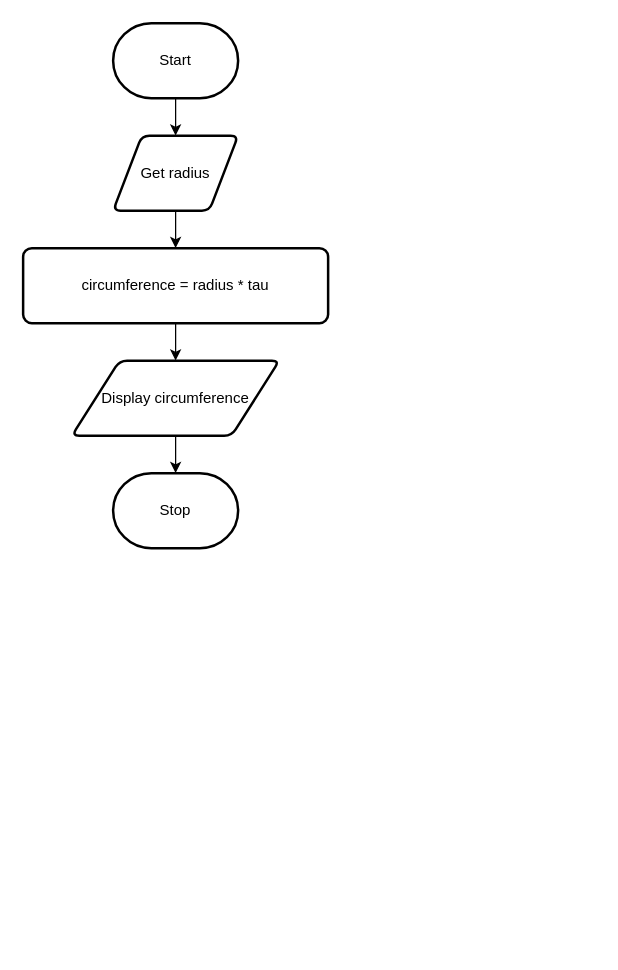
This is page "Flowchart" (2 of 2) of design.drawio from Samuel-Webster-178/ICS3U-Unit3-Unit3-05-Python, a draw.io file, before an edit. Source tidied: cells renumbered, new cells numbered last; positions are measured from the earlier drawing's top-left corner, leaving out a move shared by most shapes. Both pictures are drawn from the tidied source at 125%, with x=0, y=0 at pixel (22, 22).
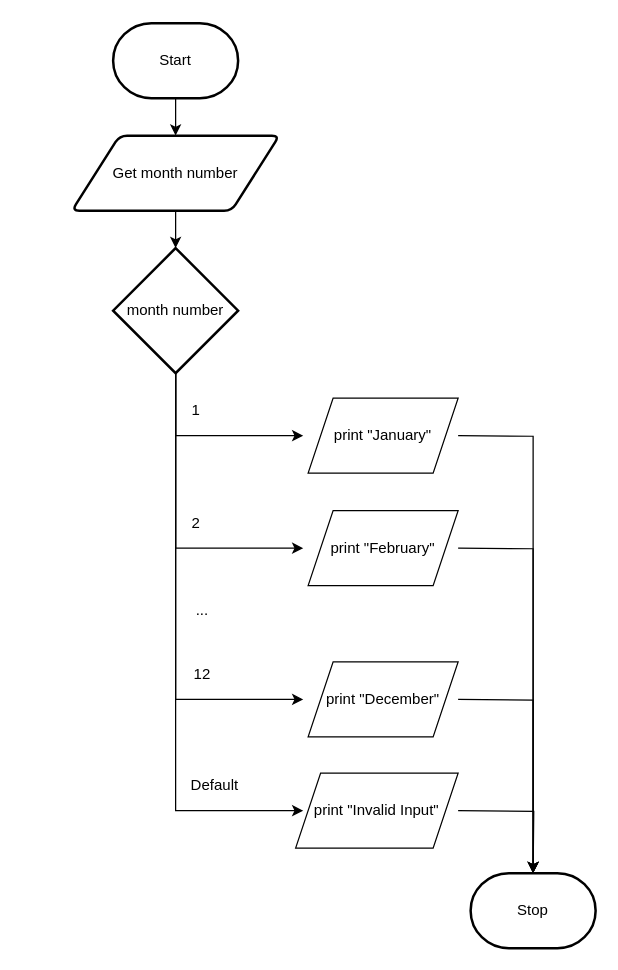
After the change.

The edit, as a diff of the source:
```diff
@@
-    <mxCell id="4" style="edgeStyle=none;html=1;" parent="1" edge="1" source="5" target="7">
-      <mxGeometry relative="1" as="geometry" />
-    </mxCell>
+    <mxCell id="11" style="edgeStyle=none;html=1;" parent="1" edge="1" source="5" target="16">
+      <mxGeometry relative="1" as="geometry" />
+    </mxCell>
-    <mxCell id="5" value="Get radius" style="shape=parallelogram;html=1;strokeWidth=2;perimeter=parallelogramPerimeter;whiteSpace=wrap;rounded=1;arcSize=12;size=0.23;" parent="1" vertex="1">
-      <mxGeometry x="72" y="90" width="100" height="60" as="geometry" />
+    <mxCell id="5" value="Get month number" style="shape=parallelogram;html=1;strokeWidth=2;perimeter=parallelogramPerimeter;whiteSpace=wrap;rounded=1;arcSize=12;size=0.23;" parent="1" vertex="1">
+      <mxGeometry x="39" y="90" width="166" height="60" as="geometry" />
     </mxCell>
-    <mxCell id="6" style="edgeStyle=none;html=1;" parent="1" edge="1" source="7" target="9">
-      <mxGeometry relative="1" as="geometry" />
-    </mxCell>
-    <mxCell id="7" value="circumference = radius * tau" style="rounded=1;whiteSpace=wrap;html=1;absoluteArcSize=1;arcSize=14;strokeWidth=2;" parent="1" vertex="1">
-      <mxGeometry y="180" width="244" height="60" as="geometry" />
-    </mxCell>
-    <mxCell id="8" style="edgeStyle=none;html=1;" parent="1" edge="1" source="9" target="10">
-      <mxGeometry relative="1" as="geometry" />
-    </mxCell>
-    <mxCell id="9" value="Display circumference" style="shape=parallelogram;html=1;strokeWidth=2;perimeter=parallelogramPerimeter;whiteSpace=wrap;rounded=1;arcSize=12;size=0.23;" parent="1" vertex="1">
-      <mxGeometry x="39" y="270" width="166" height="60" as="geometry" />
-    </mxCell>
+    <mxCell id="12" style="edgeStyle=orthogonalEdgeStyle;html=1;entryX=0;entryY=0.5;entryDx=0;entryDy=0;rounded=0;" parent="1" edge="1" source="16">
+      <mxGeometry relative="1" as="geometry">
+        <mxPoint x="224.1" y="330" as="targetPoint" />
+        <Array as="points">
+          <mxPoint x="122" y="330" />
+        </Array>
+      </mxGeometry>
+    </mxCell>
+    <mxCell id="13" style="edgeStyle=orthogonalEdgeStyle;rounded=0;html=1;entryX=0;entryY=0.5;entryDx=0;entryDy=0;" parent="1" edge="1" source="16">
+      <mxGeometry relative="1" as="geometry">
+        <mxPoint x="224.1" y="420" as="targetPoint" />
+        <Array as="points">
+          <mxPoint x="122" y="420" />
+        </Array>
+      </mxGeometry>
+    </mxCell>
+    <mxCell id="14" style="edgeStyle=orthogonalEdgeStyle;rounded=0;html=1;entryX=0;entryY=0.5;entryDx=0;entryDy=0;" parent="1" edge="1" source="16">
+      <mxGeometry relative="1" as="geometry">
+        <mxPoint x="224.1" y="541" as="targetPoint" />
+        <Array as="points">
+          <mxPoint x="122" y="541" />
+        </Array>
+      </mxGeometry>
+    </mxCell>
+    <mxCell id="15" style="edgeStyle=orthogonalEdgeStyle;rounded=0;html=1;entryX=0;entryY=0.5;entryDx=0;entryDy=0;" parent="1" edge="1" source="16">
+      <mxGeometry relative="1" as="geometry">
+        <mxPoint x="224.1" y="630" as="targetPoint" />
+        <Array as="points">
+          <mxPoint x="122" y="630" />
+        </Array>
+      </mxGeometry>
+    </mxCell>
+    <mxCell id="16" value="month number" style="strokeWidth=2;html=1;shape=mxgraph.flowchart.decision;whiteSpace=wrap;" parent="1" vertex="1">
+      <mxGeometry x="72" y="180" width="100" height="100" as="geometry" />
+    </mxCell>
+    <mxCell id="17" value="1" style="text;html=1;align=center;verticalAlign=middle;strokeColor=none;fillColor=none;" parent="1" vertex="1">
+      <mxGeometry x="128" y="300" width="20" height="20" as="geometry" />
+    </mxCell>
+    <mxCell id="18" value="2" style="text;html=1;align=center;verticalAlign=middle;strokeColor=none;fillColor=none;" parent="1" vertex="1">
+      <mxGeometry x="128" y="390" width="20" height="20" as="geometry" />
+    </mxCell>
+    <mxCell id="19" value="12" style="text;html=1;align=center;verticalAlign=middle;strokeColor=none;fillColor=none;" parent="1" vertex="1">
+      <mxGeometry x="128" y="511" width="30" height="20" as="geometry" />
+    </mxCell>
+    <mxCell id="20" style="edgeStyle=orthogonalEdgeStyle;rounded=0;html=1;entryX=0.5;entryY=0;entryDx=0;entryDy=0;entryPerimeter=0;" parent="1" edge="1" target="10">
+      <mxGeometry relative="1" as="geometry">
+        <mxPoint x="348" y="330" as="sourcePoint" />
+      </mxGeometry>
+    </mxCell>
+    <mxCell id="21" style="edgeStyle=orthogonalEdgeStyle;rounded=0;html=1;entryX=0.5;entryY=0;entryDx=0;entryDy=0;entryPerimeter=0;" parent="1" edge="1" target="10">
+      <mxGeometry relative="1" as="geometry">
+        <mxPoint x="348" y="420" as="sourcePoint" />
+      </mxGeometry>
+    </mxCell>
+    <mxCell id="22" style="edgeStyle=orthogonalEdgeStyle;rounded=0;html=1;entryX=0.5;entryY=0;entryDx=0;entryDy=0;entryPerimeter=0;" parent="1" edge="1" target="10">
+      <mxGeometry relative="1" as="geometry">
+        <mxPoint x="348" y="541" as="sourcePoint" />
+      </mxGeometry>
+    </mxCell>
+    <mxCell id="23" style="edgeStyle=orthogonalEdgeStyle;rounded=0;html=1;" parent="1" edge="1">
+      <mxGeometry relative="1" as="geometry">
+        <mxPoint x="348" y="630" as="sourcePoint" />
+        <mxPoint x="408" y="680" as="targetPoint" />
+      </mxGeometry>
+    </mxCell>
+    <mxCell id="24" value="Default" style="text;html=1;align=center;verticalAlign=middle;strokeColor=none;fillColor=none;" parent="1" vertex="1">
+      <mxGeometry x="128" y="600" width="50" height="20" as="geometry" />
+    </mxCell>
     <mxCell id="10" value="Stop" style="strokeWidth=2;html=1;shape=mxgraph.flowchart.terminator;whiteSpace=wrap;" parent="1" vertex="1">
-      <mxGeometry x="72" y="360" width="100" height="60" as="geometry" />
+      <mxGeometry x="358" y="680" width="100" height="60" as="geometry" />
     </mxCell>
+    <mxCell id="25" value="..." style="text;html=1;align=center;verticalAlign=middle;strokeColor=none;fillColor=none;" parent="1" vertex="1">
+      <mxGeometry x="133" y="460" width="20" height="20" as="geometry" />
+    </mxCell>
+    <mxCell id="26" value="&lt;span&gt;print &quot;January&quot;&lt;/span&gt;" style="shape=parallelogram;perimeter=parallelogramPerimeter;whiteSpace=wrap;html=1;fixedSize=1;" parent="1" vertex="1">
+      <mxGeometry x="228" y="300" width="120" height="60" as="geometry" />
+    </mxCell>
+    <mxCell id="27" value="&lt;span&gt;print &quot;February&quot;&lt;/span&gt;" style="shape=parallelogram;perimeter=parallelogramPerimeter;whiteSpace=wrap;html=1;fixedSize=1;" parent="1" vertex="1">
+      <mxGeometry x="228" y="390" width="120" height="60" as="geometry" />
+    </mxCell>
+    <mxCell id="28" value="&lt;span&gt;print &quot;December&quot;&lt;/span&gt;" style="shape=parallelogram;perimeter=parallelogramPerimeter;whiteSpace=wrap;html=1;fixedSize=1;" parent="1" vertex="1">
+      <mxGeometry x="228" y="511" width="120" height="60" as="geometry" />
+    </mxCell>
+    <mxCell id="29" value="&lt;span&gt;print &quot;Invalid Input&quot;&lt;/span&gt;" style="shape=parallelogram;perimeter=parallelogramPerimeter;whiteSpace=wrap;html=1;fixedSize=1;" parent="1" vertex="1">
+      <mxGeometry x="218" y="600" width="130" height="60" as="geometry" />
+    </mxCell>
```
